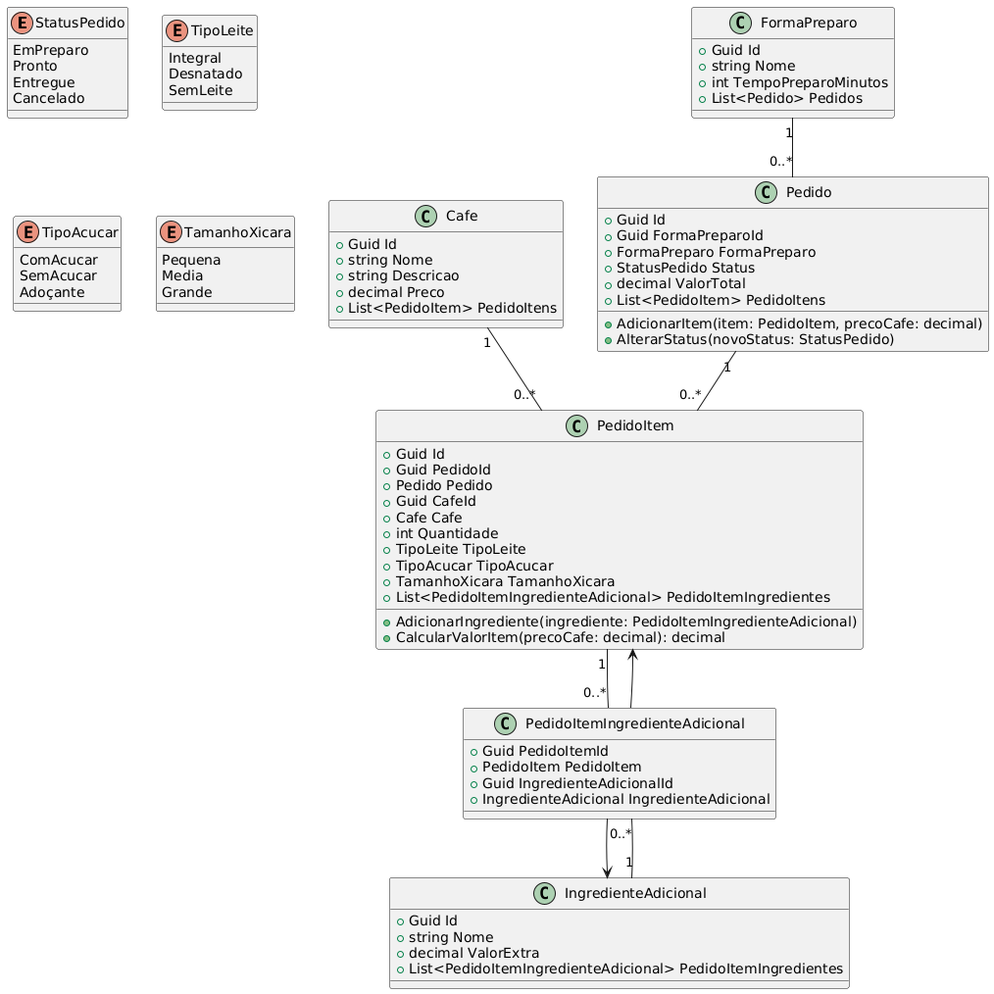
The PlantUML diagram Artefatos/Modelagem/DIAGRAMA_DE_CLASSES.png in Allysonfreitas210695/MaquinaDeCafe, before a commit. The source it was exported from:
```plantuml
@startuml
enum StatusPedido {
  EmPreparo
  Pronto
  Entregue
  Cancelado
}

enum TipoLeite {
  Integral
  Desnatado
  SemLeite
}

enum TipoAcucar {
  ComAcucar
  SemAcucar
  Adoçante
}

enum TamanhoXicara {
  Pequena
  Media
  Grande
}

class Cafe {
  +Guid Id
  +string Nome
  +string Descricao
  +decimal Preco
  +List<PedidoItem> PedidoItens
}

class FormaPreparo {
  +Guid Id
  +string Nome
  +int TempoPreparoMinutos
  +List<Pedido> Pedidos
}

class Pedido {
  +Guid Id
  +Guid FormaPreparoId
  +FormaPreparo FormaPreparo
  +StatusPedido Status
  +decimal ValorTotal
  +List<PedidoItem> PedidoItens

  +AdicionarItem(item: PedidoItem, precoCafe: decimal)
  +AlterarStatus(novoStatus: StatusPedido)
}

class PedidoItem {
  +Guid Id
  +Guid PedidoId
  +Pedido Pedido
  +Guid CafeId
  +Cafe Cafe
  +int Quantidade
  +TipoLeite TipoLeite
  +TipoAcucar TipoAcucar
  +TamanhoXicara TamanhoXicara
  +List<PedidoItemIngredienteAdicional> PedidoItemIngredientes

  +AdicionarIngrediente(ingrediente: PedidoItemIngredienteAdicional)
  +CalcularValorItem(precoCafe: decimal): decimal
}

class IngredienteAdicional {
  +Guid Id
  +string Nome
  +decimal ValorExtra
  +List<PedidoItemIngredienteAdicional> PedidoItemIngredientes
}

class PedidoItemIngredienteAdicional {
  +Guid PedidoItemId
  +PedidoItem PedidoItem
  +Guid IngredienteAdicionalId
  +IngredienteAdicional IngredienteAdicional
}

Cafe "1" -- "0..*" PedidoItem
FormaPreparo "1" -- "0..*" Pedido
Pedido "1" -- "0..*" PedidoItem
PedidoItem "1" -- "0..*" PedidoItemIngredienteAdicional
IngredienteAdicional "1" -- "0..*" PedidoItemIngredienteAdicional

PedidoItemIngredienteAdicional --> PedidoItem
PedidoItemIngredienteAdicional --> IngredienteAdicional
@enduml
```
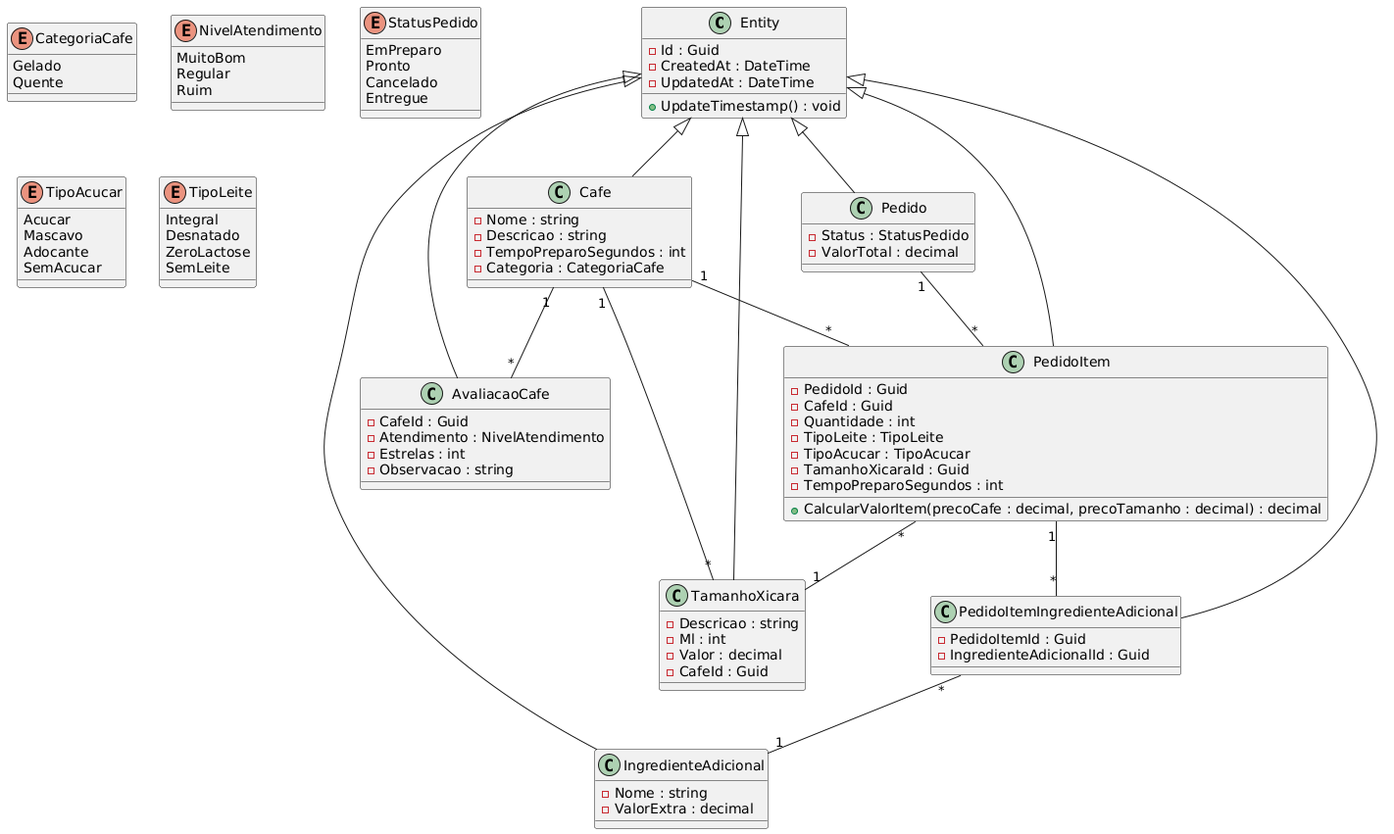
Later version of the same file.

Commit message:
docs: Atualizando documentos de modelagem

Diff of the diagram source:
```diff
@@ -1,92 +1,103 @@
 @startuml
+class Entity {
+  - Id : Guid
+  - CreatedAt : DateTime
+  - UpdatedAt : DateTime
+  + UpdateTimestamp() : void
+}
+
+enum CategoriaCafe {
+  Gelado
+  Quente
+}
+
+enum NivelAtendimento {
+  MuitoBom
+  Regular
+  Ruim
+}
+
 enum StatusPedido {
   EmPreparo
   Pronto
+  Cancelado
   Entregue
-  Cancelado
+}
+
+enum TipoAcucar {
+  Acucar
+  Mascavo
+  Adocante
+  SemAcucar
 }
 
 enum TipoLeite {
   Integral
   Desnatado
+  ZeroLactose
   SemLeite
 }
 
-enum TipoAcucar {
-  ComAcucar
-  SemAcucar
-  Adoçante
+class Cafe {
+  - Nome : string
+  - Descricao : string
+  - TempoPreparoSegundos : int
+  - Categoria : CategoriaCafe
 }
 
-enum TamanhoXicara {
-  Pequena
-  Media
-  Grande
-}
-
-class Cafe {
-  +Guid Id
-  +string Nome
-  +string Descricao
-  +decimal Preco
-  +List<PedidoItem> PedidoItens
-}
-
-class FormaPreparo {
-  +Guid Id
-  +string Nome
-  +int TempoPreparoMinutos
-  +List<Pedido> Pedidos
+class AvaliacaoCafe {
+  - CafeId : Guid
+  - Atendimento : NivelAtendimento
+  - Estrelas : int
+  - Observacao : string
 }
 
 class Pedido {
-  +Guid Id
-  +Guid FormaPreparoId
-  +FormaPreparo FormaPreparo
-  +StatusPedido Status
-  +decimal ValorTotal
-  +List<PedidoItem> PedidoItens
-
-  +AdicionarItem(item: PedidoItem, precoCafe: decimal)
-  +AlterarStatus(novoStatus: StatusPedido)
+  - Status : StatusPedido
+  - ValorTotal : decimal
 }
 
 class PedidoItem {
-  +Guid Id
-  +Guid PedidoId
-  +Pedido Pedido
-  +Guid CafeId
-  +Cafe Cafe
-  +int Quantidade
-  +TipoLeite TipoLeite
-  +TipoAcucar TipoAcucar
-  +TamanhoXicara TamanhoXicara
-  +List<PedidoItemIngredienteAdicional> PedidoItemIngredientes
+  - PedidoId : Guid
+  - CafeId : Guid
+  - Quantidade : int
+  - TipoLeite : TipoLeite
+  - TipoAcucar : TipoAcucar
+  - TamanhoXicaraId : Guid
+  - TempoPreparoSegundos : int
+  + CalcularValorItem(precoCafe : decimal, precoTamanho : decimal) : decimal
+}
 
-  +AdicionarIngrediente(ingrediente: PedidoItemIngredienteAdicional)
-  +CalcularValorItem(precoCafe: decimal): decimal
+class PedidoItemIngredienteAdicional {
+  - PedidoItemId : Guid
+  - IngredienteAdicionalId : Guid
 }
 
 class IngredienteAdicional {
-  +Guid Id
-  +string Nome
-  +decimal ValorExtra
-  +List<PedidoItemIngredienteAdicional> PedidoItemIngredientes
+  - Nome : string
+  - ValorExtra : decimal
 }
 
-class PedidoItemIngredienteAdicional {
-  +Guid PedidoItemId
-  +PedidoItem PedidoItem
-  +Guid IngredienteAdicionalId
-  +IngredienteAdicional IngredienteAdicional
+class TamanhoXicara {
+  - Descricao : string
+  - Ml : int
+  - Valor : decimal
+  - CafeId : Guid
 }
 
-Cafe "1" -- "0..*" PedidoItem
-FormaPreparo "1" -- "0..*" Pedido
-Pedido "1" -- "0..*" PedidoItem
-PedidoItem "1" -- "0..*" PedidoItemIngredienteAdicional
-IngredienteAdicional "1" -- "0..*" PedidoItemIngredienteAdicional
+Entity <|-- Cafe
+Entity <|-- AvaliacaoCafe
+Entity <|-- Pedido
+Entity <|-- PedidoItem
+Entity <|-- PedidoItemIngredienteAdicional
+Entity <|-- IngredienteAdicional
+Entity <|-- TamanhoXicara
 
-PedidoItemIngredienteAdicional --> PedidoItem
-PedidoItemIngredienteAdicional --> IngredienteAdicional
+Cafe "1" -- "*" TamanhoXicara
+Cafe "1" -- "*" AvaliacaoCafe
+Cafe "1" -- "*" PedidoItem
+Pedido "1" -- "*" PedidoItem
+PedidoItem "1" -- "*" PedidoItemIngredienteAdicional
+PedidoItemIngredienteAdicional "*" -- "1" IngredienteAdicional
+PedidoItem "*" -- "1" TamanhoXicara
 @enduml
```
